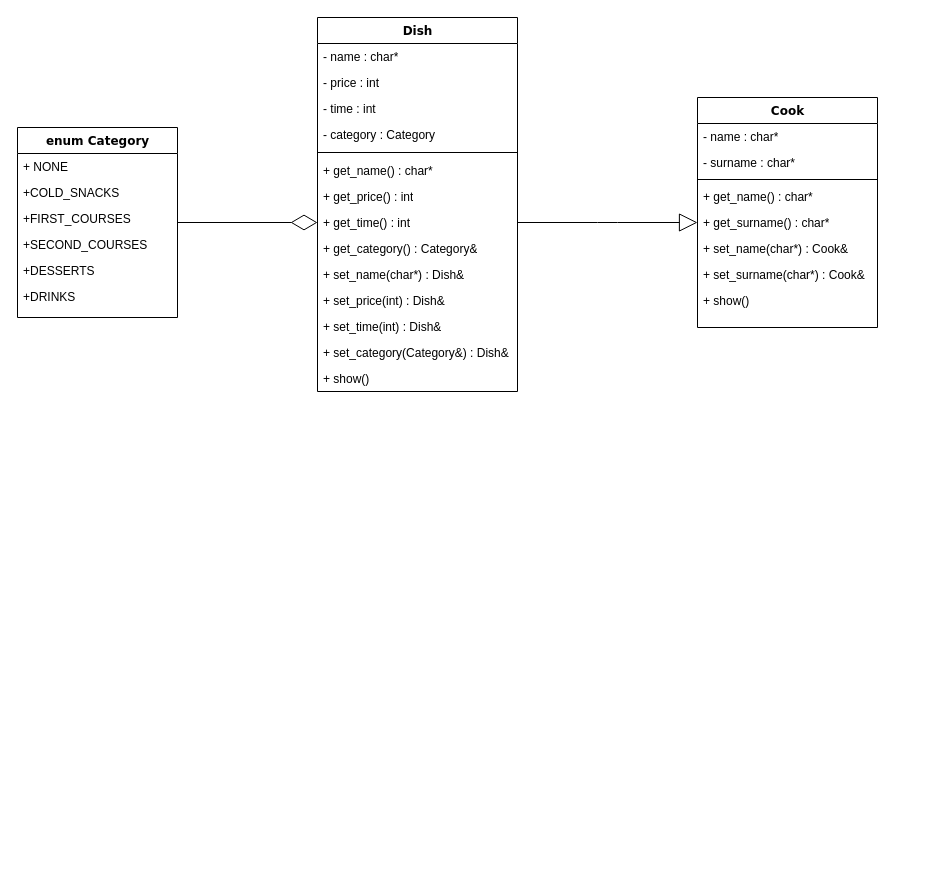
Earlier version of the draw.io diagram Діаграма без назви.drawio (RomanKuryliuk/OVERLOAD_FUNCTIONS). Source tidied: cells renumbered, new cells numbered last; positions are measured from the earlier drawing's top-left corner, leaving out a move shared by most shapes. Both pictures are drawn from the tidied source at 100%, with x=0, y=0 at pixel (17, 17).
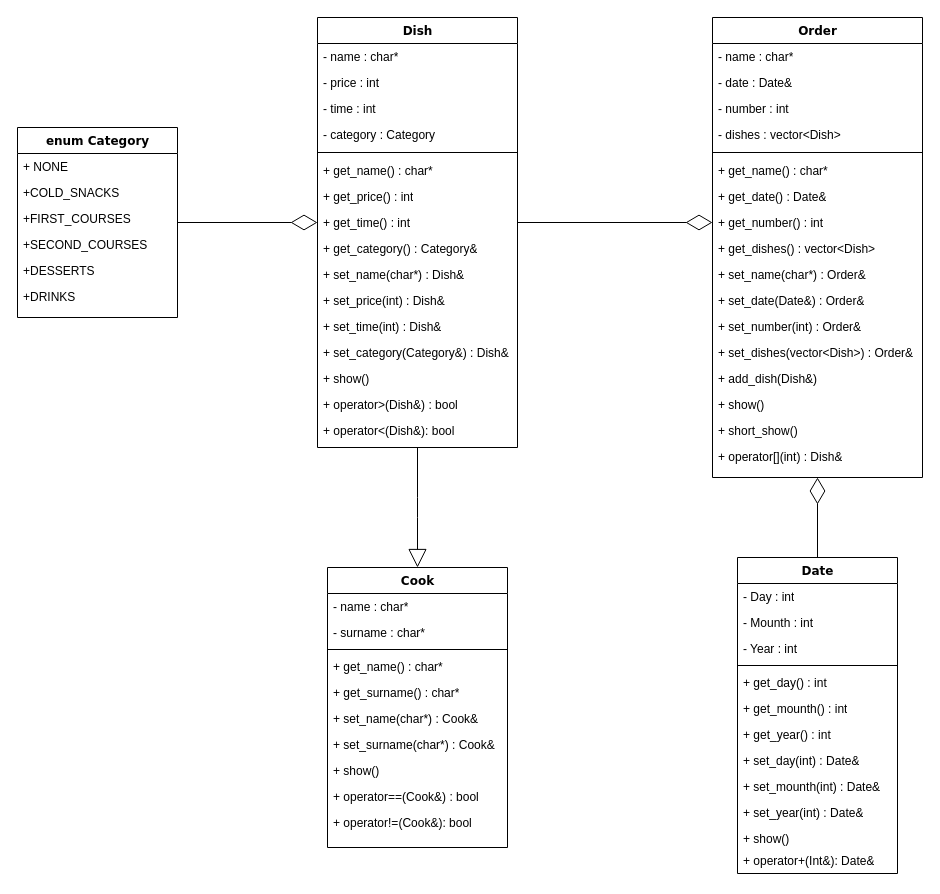
The same diagram, later.

The change refers to these unchanged cells:
```xml
<mxCell id="10" value="+ get_time() : int" style="text;html=1;strokeColor=none;fillColor=none;align=left;verticalAlign=top;spacingLeft=4;spacingRight=4;whiteSpace=wrap;overflow=hidden;points=[[0,0.5],[1,0.5]];portConstraint=eastwest;" parent="2" vertex="1">
  <mxGeometry y="192" width="200" height="26" as="geometry" />
</mxCell>
<mxCell id="31" value="+ get_surname() : char*" style="text;html=1;strokeColor=none;fillColor=none;align=left;verticalAlign=top;spacingLeft=4;spacingRight=4;whiteSpace=wrap;overflow=hidden;points=[[0,0.5],[1,0.5]];portConstraint=eastwest;" parent="26" vertex="1">
  <mxGeometry y="112" width="180" height="26" as="geometry" />
</mxCell>
```

Change to the diagram source:
```diff
@@
     <mxCell id="2" value="Dish" style="swimlane;html=1;fontStyle=1;align=center;verticalAlign=top;horizontal=1;startSize=26;swimlaneFillColor=#ffffff;rounded=0;shadow=0;comic=0;labelBackgroundColor=none;strokeWidth=1;fillColor=none;fontFamily=Verdana;fontSize=12;" parent="1" vertex="1">
-      <mxGeometry x="300" width="200" height="374" as="geometry" />
+      <mxGeometry x="300" width="200" height="430" as="geometry" />
     </mxCell>
@@
+    <mxCell id="35" value="+ operator&amp;gt;(Dish&amp;amp;) : bool" style="text;html=1;strokeColor=none;fillColor=none;align=left;verticalAlign=top;spacingLeft=4;spacingRight=4;whiteSpace=wrap;overflow=hidden;" parent="2" vertex="1">
+      <mxGeometry y="374" width="200" height="26" as="geometry" />
+    </mxCell>
+    <mxCell id="36" value="+&amp;nbsp;operator&amp;lt;(Dish&amp;amp;): bool" style="text;html=1;strokeColor=none;fillColor=none;align=left;verticalAlign=top;spacingLeft=4;spacingRight=4;whiteSpace=wrap;overflow=hidden;" parent="2" vertex="1">
+      <mxGeometry y="400" width="200" height="26" as="geometry" />
+    </mxCell>
@@
-    <mxCell id="25" style="endArrow=block;endSize=16;endFill=0;html=1;exitX=1;exitY=0.5;exitDx=0;exitDy=0;entryX=0;entryY=0.5;entryDx=0;entryDy=0;" parent="1" edge="1" source="10" target="31">
+    <mxCell id="25" style="endArrow=block;endSize=16;endFill=0;html=1;entryX=0.5;entryY=0;entryDx=0;entryDy=0;exitX=0.5;exitY=1;exitDx=0;exitDy=0;" parent="1" edge="1" source="2" target="26">
       <mxGeometry x="0.67" y="-85" relative="1" as="geometry">
         <Array as="points">
-          <mxPoint x="590" y="205" />
+          <mxPoint x="400" y="490" />
         </Array>
       </mxGeometry>
     </mxCell>
     <mxCell id="26" value="Cook" style="swimlane;html=1;fontStyle=1;align=center;verticalAlign=top;horizontal=1;startSize=26;swimlaneFillColor=#ffffff;rounded=0;shadow=0;comic=0;labelBackgroundColor=none;strokeWidth=1;fillColor=none;fontFamily=Verdana;fontSize=12;" parent="1" vertex="1">
-      <mxGeometry x="680" y="80" width="180" height="230" as="geometry" />
+      <mxGeometry x="310" y="550" width="180" height="280" as="geometry" />
     </mxCell>
@@
-    <mxCell id="34" value="+ show()" style="text;html=1;strokeColor=none;fillColor=none;align=left;verticalAlign=top;spacingLeft=4;spacingRight=4;whiteSpace=wrap;overflow=hidden;" parent="26" vertex="1">
+    <mxCell id="34" value="+ show()&lt;br&gt;" style="text;html=1;strokeColor=none;fillColor=none;align=left;verticalAlign=top;spacingLeft=4;spacingRight=4;whiteSpace=wrap;overflow=hidden;" parent="26" vertex="1">
       <mxGeometry y="190" width="180" height="26" as="geometry" />
     </mxCell>
+    <mxCell id="37" value="+ operator==(Cook&amp;amp;) : bool" style="text;html=1;strokeColor=none;fillColor=none;align=left;verticalAlign=top;spacingLeft=4;spacingRight=4;whiteSpace=wrap;overflow=hidden;" parent="26" vertex="1">
+      <mxGeometry y="216" width="180" height="26" as="geometry" />
+    </mxCell>
+    <mxCell id="38" value="+&amp;nbsp;operator!=(Cook&amp;amp;): bool" style="text;html=1;strokeColor=none;fillColor=none;align=left;verticalAlign=top;spacingLeft=4;spacingRight=4;whiteSpace=wrap;overflow=hidden;" parent="26" vertex="1">
+      <mxGeometry y="242" width="180" height="26" as="geometry" />
+    </mxCell>
+    <mxCell id="39" value="Date" style="swimlane;html=1;fontStyle=1;align=center;verticalAlign=top;horizontal=1;startSize=26;swimlaneFillColor=#ffffff;rounded=0;shadow=0;comic=0;labelBackgroundColor=none;strokeWidth=1;fillColor=none;fontFamily=Verdana;fontSize=12;" parent="1" vertex="1">
+      <mxGeometry x="720" y="540" width="160" height="316" as="geometry" />
+    </mxCell>
+    <mxCell id="40" value="- Day : int" style="text;html=1;strokeColor=none;fillColor=none;align=left;verticalAlign=top;spacingLeft=4;spacingRight=4;whiteSpace=wrap;overflow=hidden;" parent="39" vertex="1">
+      <mxGeometry y="26" width="160" height="26" as="geometry" />
+    </mxCell>
+    <mxCell id="41" value="- Mounth : int" style="text;html=1;strokeColor=none;fillColor=none;align=left;verticalAlign=top;spacingLeft=4;spacingRight=4;whiteSpace=wrap;overflow=hidden;" parent="39" vertex="1">
+      <mxGeometry y="52" width="160" height="26" as="geometry" />
+    </mxCell>
+    <mxCell id="42" value="- Year : int" style="text;html=1;strokeColor=none;fillColor=none;align=left;verticalAlign=top;spacingLeft=4;spacingRight=4;whiteSpace=wrap;overflow=hidden;" parent="39" vertex="1">
+      <mxGeometry y="78" width="160" height="26" as="geometry" />
+    </mxCell>
+    <mxCell id="43" style="line;html=1;strokeWidth=1;fillColor=none;align=left;verticalAlign=middle;spacingTop=-1;spacingLeft=3;spacingRight=3;labelPosition=right;" parent="39" vertex="1">
+      <mxGeometry y="104" width="160" height="8" as="geometry" />
+    </mxCell>
+    <mxCell id="44" value="+ get_day() : int" style="text;html=1;strokeColor=none;fillColor=none;align=left;verticalAlign=top;spacingLeft=4;spacingRight=4;whiteSpace=wrap;overflow=hidden;" parent="39" vertex="1">
+      <mxGeometry y="112" width="160" height="26" as="geometry" />
+    </mxCell>
+    <mxCell id="45" value="+ get_mounth() : int" style="text;html=1;strokeColor=none;fillColor=none;align=left;verticalAlign=top;spacingLeft=4;spacingRight=4;whiteSpace=wrap;overflow=hidden;" parent="39" vertex="1">
+      <mxGeometry y="138" width="160" height="26" as="geometry" />
+    </mxCell>
+    <mxCell id="46" value="+ get_year() : int" style="text;html=1;strokeColor=none;fillColor=none;align=left;verticalAlign=top;spacingLeft=4;spacingRight=4;whiteSpace=wrap;overflow=hidden;" parent="39" vertex="1">
+      <mxGeometry y="164" width="160" height="26" as="geometry" />
+    </mxCell>
+    <mxCell id="47" value="+ set_day(int) : Date&amp;amp;" style="text;html=1;strokeColor=none;fillColor=none;align=left;verticalAlign=top;spacingLeft=4;spacingRight=4;whiteSpace=wrap;overflow=hidden;" parent="39" vertex="1">
+      <mxGeometry y="190" width="160" height="26" as="geometry" />
+    </mxCell>
+    <mxCell id="48" value="+ set_mounth(int) : Date&amp;amp;" style="text;html=1;strokeColor=none;fillColor=none;align=left;verticalAlign=top;spacingLeft=4;spacingRight=4;whiteSpace=wrap;overflow=hidden;" parent="39" vertex="1">
+      <mxGeometry y="216" width="160" height="26" as="geometry" />
+    </mxCell>
+    <mxCell id="49" value="+ set_year(int) : Date&amp;amp;" style="text;html=1;strokeColor=none;fillColor=none;align=left;verticalAlign=top;spacingLeft=4;spacingRight=4;whiteSpace=wrap;overflow=hidden;" parent="39" vertex="1">
+      <mxGeometry y="242" width="160" height="26" as="geometry" />
+    </mxCell>
+    <mxCell id="50" value="+ show()" style="text;html=1;strokeColor=none;fillColor=none;align=left;verticalAlign=top;spacingLeft=4;spacingRight=4;whiteSpace=wrap;overflow=hidden;" parent="39" vertex="1">
+      <mxGeometry y="268" width="160" height="22" as="geometry" />
+    </mxCell>
+    <mxCell id="51" value="+&amp;nbsp;operator+(Int&amp;amp;): Date&amp;amp;" style="text;html=1;strokeColor=none;fillColor=none;align=left;verticalAlign=top;spacingLeft=4;spacingRight=4;whiteSpace=wrap;overflow=hidden;" parent="39" vertex="1">
+      <mxGeometry y="290" width="160" height="26" as="geometry" />
+    </mxCell>
+    <mxCell id="52" value="Order" style="swimlane;html=1;fontStyle=1;align=center;verticalAlign=top;horizontal=1;startSize=26;swimlaneFillColor=#ffffff;rounded=0;shadow=0;comic=0;labelBackgroundColor=none;strokeWidth=1;fillColor=none;fontFamily=Verdana;fontSize=12;" parent="1" vertex="1">
+      <mxGeometry x="695" width="210" height="460" as="geometry" />
+    </mxCell>
+    <mxCell id="53" value="- name : char*" style="text;html=1;strokeColor=none;fillColor=none;align=left;verticalAlign=top;spacingLeft=4;spacingRight=4;whiteSpace=wrap;overflow=hidden;" parent="52" vertex="1">
+      <mxGeometry y="26" width="210" height="26" as="geometry" />
+    </mxCell>
+    <mxCell id="54" value="- date : Date&amp;amp;" style="text;html=1;strokeColor=none;fillColor=none;align=left;verticalAlign=top;spacingLeft=4;spacingRight=4;whiteSpace=wrap;overflow=hidden;" parent="52" vertex="1">
+      <mxGeometry y="52" width="210" height="26" as="geometry" />
+    </mxCell>
+    <mxCell id="55" value="- number : int" style="text;html=1;strokeColor=none;fillColor=none;align=left;verticalAlign=top;spacingLeft=4;spacingRight=4;whiteSpace=wrap;overflow=hidden;" parent="52" vertex="1">
+      <mxGeometry y="78" width="210" height="26" as="geometry" />
+    </mxCell>
+    <mxCell id="56" value="- dishes : vector&amp;lt;Dish&amp;gt;" style="text;html=1;strokeColor=none;fillColor=none;align=left;verticalAlign=top;spacingLeft=4;spacingRight=4;whiteSpace=wrap;overflow=hidden;" parent="52" vertex="1">
+      <mxGeometry y="104" width="210" height="26" as="geometry" />
+    </mxCell>
+    <mxCell id="57" style="line;html=1;strokeWidth=1;fillColor=none;align=left;verticalAlign=middle;spacingTop=-1;spacingLeft=3;spacingRight=3;labelPosition=right;" parent="52" vertex="1">
+      <mxGeometry y="130" width="210" height="10" as="geometry" />
+    </mxCell>
+    <mxCell id="58" value="+ get_name() : char*" style="text;html=1;strokeColor=none;fillColor=none;align=left;verticalAlign=top;spacingLeft=4;spacingRight=4;whiteSpace=wrap;overflow=hidden;" parent="52" vertex="1">
+      <mxGeometry y="140" width="210" height="26" as="geometry" />
+    </mxCell>
+    <mxCell id="59" value="+ get_date() : Date&amp;amp;" style="text;html=1;strokeColor=none;fillColor=none;align=left;verticalAlign=top;spacingLeft=4;spacingRight=4;whiteSpace=wrap;overflow=hidden;" parent="52" vertex="1">
+      <mxGeometry y="166" width="210" height="26" as="geometry" />
+    </mxCell>
+    <mxCell id="60" value="+ get_number() : int" style="text;html=1;strokeColor=none;fillColor=none;align=left;verticalAlign=top;spacingLeft=4;spacingRight=4;whiteSpace=wrap;overflow=hidden;points=[[0,0.5],[1,0.5]];portConstraint=eastwest;" parent="52" vertex="1">
+      <mxGeometry y="192" width="210" height="26" as="geometry" />
+    </mxCell>
+    <mxCell id="61" value="+ get_dishes() : vector&amp;lt;Dish&amp;gt;" style="text;html=1;strokeColor=none;fillColor=none;align=left;verticalAlign=top;spacingLeft=4;spacingRight=4;whiteSpace=wrap;overflow=hidden;" parent="52" vertex="1">
+      <mxGeometry y="218" width="210" height="26" as="geometry" />
+    </mxCell>
+    <mxCell id="62" value="+ set_name(char*) : Order&amp;amp;" style="text;html=1;strokeColor=none;fillColor=none;align=left;verticalAlign=top;spacingLeft=4;spacingRight=4;whiteSpace=wrap;overflow=hidden;" parent="52" vertex="1">
+      <mxGeometry y="244" width="210" height="26" as="geometry" />
+    </mxCell>
+    <mxCell id="63" value="+ set_date(Date&amp;amp;) : Order&amp;amp;" style="text;html=1;strokeColor=none;fillColor=none;align=left;verticalAlign=top;spacingLeft=4;spacingRight=4;whiteSpace=wrap;overflow=hidden;" parent="52" vertex="1">
+      <mxGeometry y="270" width="210" height="26" as="geometry" />
+    </mxCell>
+    <mxCell id="64" value="+ set_number(int) : Order&amp;amp;" style="text;html=1;strokeColor=none;fillColor=none;align=left;verticalAlign=top;spacingLeft=4;spacingRight=4;whiteSpace=wrap;overflow=hidden;" parent="52" vertex="1">
+      <mxGeometry y="296" width="210" height="26" as="geometry" />
+    </mxCell>
+    <mxCell id="65" value="+ set_dishes(vector&amp;lt;Dish&amp;gt;) : Order&amp;amp;" style="text;html=1;strokeColor=none;fillColor=none;align=left;verticalAlign=top;spacingLeft=4;spacingRight=4;whiteSpace=wrap;overflow=hidden;" parent="52" vertex="1">
+      <mxGeometry y="322" width="210" height="26" as="geometry" />
+    </mxCell>
+    <mxCell id="66" value="+ add_dish(Dish&amp;amp;)" style="text;html=1;strokeColor=none;fillColor=none;align=left;verticalAlign=top;spacingLeft=4;spacingRight=4;whiteSpace=wrap;overflow=hidden;" parent="52" vertex="1">
+      <mxGeometry y="348" width="210" height="26" as="geometry" />
+    </mxCell>
+    <mxCell id="67" value="+ show()" style="text;html=1;strokeColor=none;fillColor=none;align=left;verticalAlign=top;spacingLeft=4;spacingRight=4;whiteSpace=wrap;overflow=hidden;" parent="52" vertex="1">
+      <mxGeometry y="374" width="210" height="26" as="geometry" />
+    </mxCell>
+    <mxCell id="68" value="+ short_show()" style="text;html=1;strokeColor=none;fillColor=none;align=left;verticalAlign=top;spacingLeft=4;spacingRight=4;whiteSpace=wrap;overflow=hidden;" parent="52" vertex="1">
+      <mxGeometry y="400" width="210" height="26" as="geometry" />
+    </mxCell>
+    <mxCell id="69" value="+ operator[](int) : Dish&amp;amp;" style="text;html=1;strokeColor=none;fillColor=none;align=left;verticalAlign=top;spacingLeft=4;spacingRight=4;whiteSpace=wrap;overflow=hidden;" parent="52" vertex="1">
+      <mxGeometry y="426" width="210" height="26" as="geometry" />
+    </mxCell>
+    <mxCell id="70" style="endArrow=diamondThin;endFill=0;endSize=24;html=1;exitX=1;exitY=0.5;exitDx=0;exitDy=0;entryX=0;entryY=0.5;entryDx=0;entryDy=0;" parent="1" edge="1" source="10" target="60">
+      <mxGeometry relative="1" as="geometry" />
+    </mxCell>
+    <mxCell id="71" style="endArrow=diamondThin;endFill=0;endSize=24;html=1;exitX=0.5;exitY=0;exitDx=0;exitDy=0;entryX=0.5;entryY=1;entryDx=0;entryDy=0;" parent="1" edge="1" source="39" target="52">
+      <mxGeometry relative="1" as="geometry" />
+    </mxCell>
```
